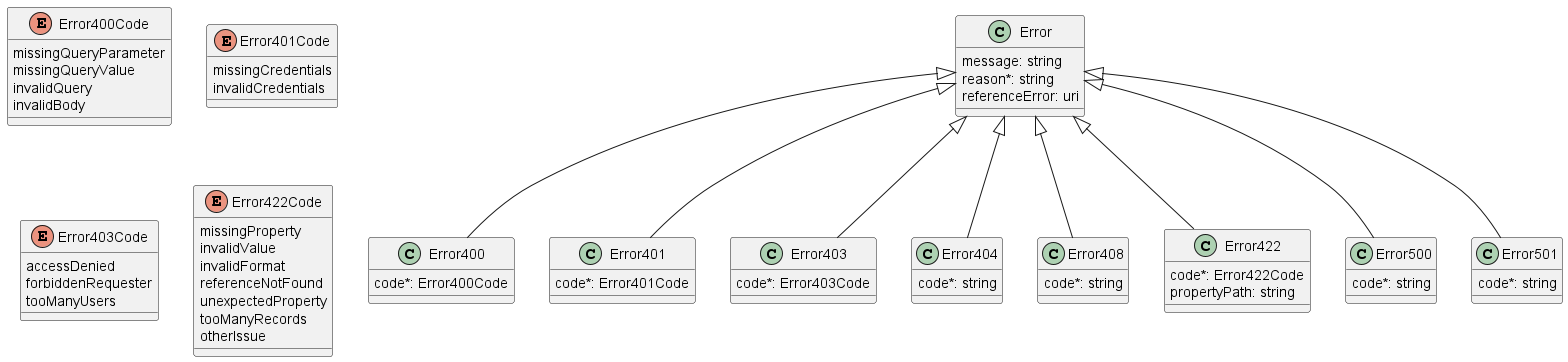
Earlier version of the PlantUML export documentation/serviceApi/fm/media/errorEntities.png (MEF-GIT/MEF-LSO-Legato-SDK). The source it was exported from:
```plantuml
@startuml errorEntities

class Error {

    message: string
    reason*: string
    referenceError: uri
}



class Error400 {

    code*: Error400Code
}
Error <|-- Error400



enum Error400Code {

    missingQueryParameter
    missingQueryValue
    invalidQuery
    invalidBody
}
class Error401 {

    code*: Error401Code
}
Error <|-- Error401



enum Error401Code {

    missingCredentials
    invalidCredentials
}
class Error403 {

    code*: Error403Code
}
Error <|-- Error403



enum Error403Code {

    accessDenied
    forbiddenRequester
    tooManyUsers
}
class Error404 {

    code*: string
}
Error <|-- Error404

class Error408 {

    code*: string
}
Error <|-- Error408

class Error422 {

    code*: Error422Code
    propertyPath: string
}
Error <|-- Error422



enum Error422Code {

    missingProperty
    invalidValue
    invalidFormat
    referenceNotFound
    unexpectedProperty
    tooManyRecords
    otherIssue
}
class Error500 {

    code*: string
}
Error <|-- Error500



class Error501 {

    code*: string
}
Error <|-- Error501

@enduml
```
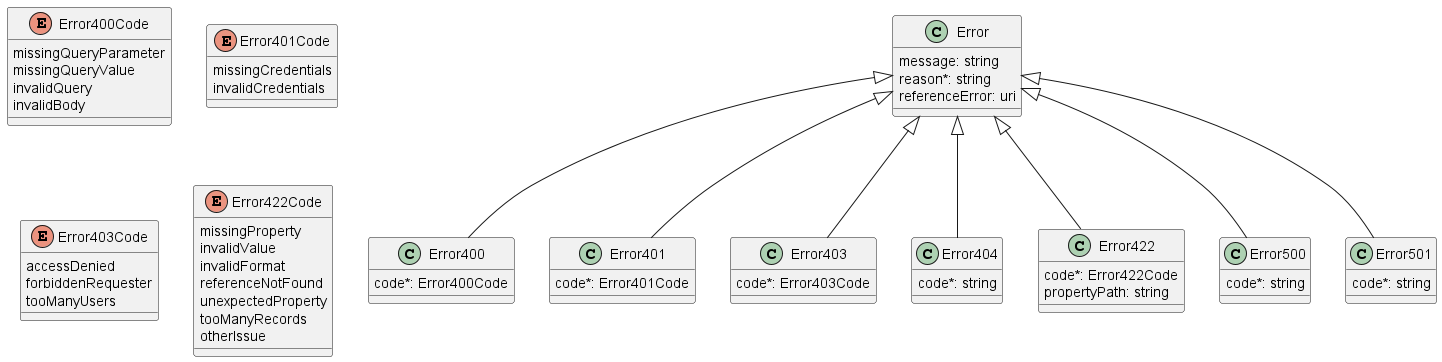
The same diagram one commit later.

Change to the diagram source:
```diff
@@ -57,19 +57,12 @@
 }
 Error <|-- Error404
 
-class Error408 {
-
-    code*: string
-}
-Error <|-- Error408
-
 class Error422 {
 
     code*: Error422Code
     propertyPath: string
 }
 Error <|-- Error422
-
 
 
 enum Error422Code {
```
